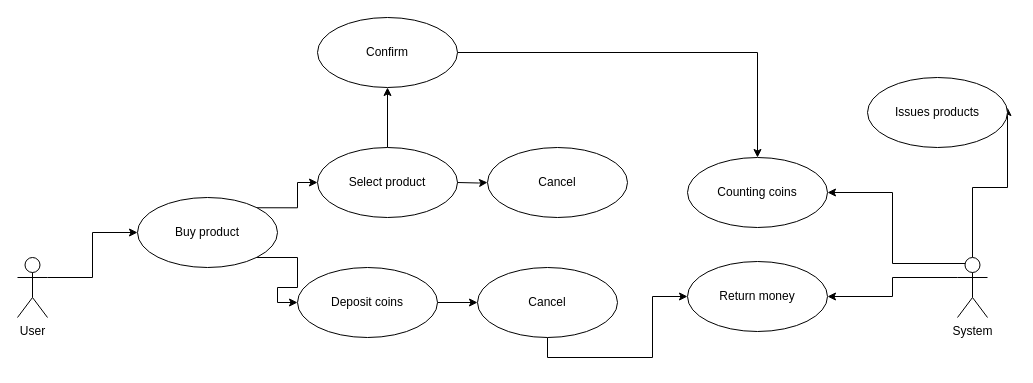
Earlier version of the draw.io diagram PracticeUseCase.drawio (StpnPntr/UchebnayaPractice). Source tidied: cells renumbered, new cells numbered last; positions are measured from the earlier drawing's top-left corner, leaving out a move shared by most shapes. Both pictures are drawn from the tidied source at 100%, with x=0, y=0 at pixel (17, 17).
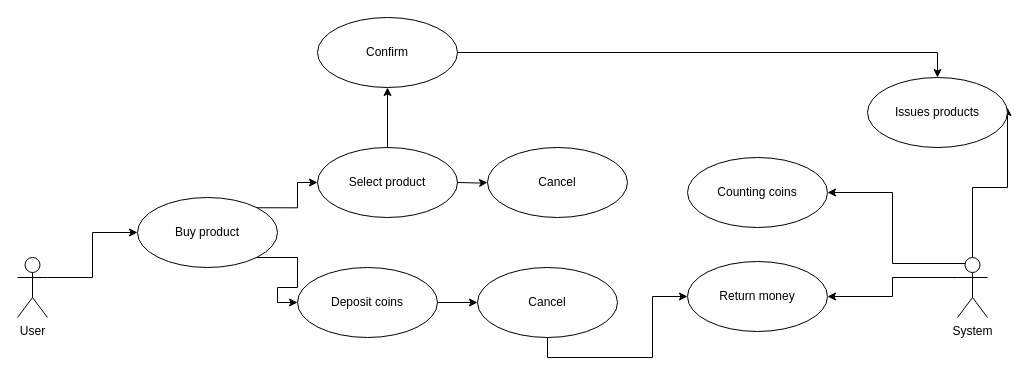
Above is the later version.

The change refers to these unchanged cells:
```xml
<mxCell id="21" value="Confirm" style="ellipse;whiteSpace=wrap;html=1;" parent="1" vertex="1">
  <mxGeometry x="300" width="140" height="70" as="geometry" />
</mxCell>
<mxCell id="22" value="Counting coins" style="ellipse;whiteSpace=wrap;html=1;" parent="1" vertex="1">
  <mxGeometry x="670" y="140" width="140" height="70" as="geometry" />
</mxCell>
<mxCell id="23" value="Issues products" style="ellipse;whiteSpace=wrap;html=1;" parent="1" vertex="1">
  <mxGeometry x="850" y="60" width="140" height="70" as="geometry" />
</mxCell>
```

The edit, as a diff of the source:
```diff
@@
-    <mxCell id="20" style="edgeStyle=orthogonalEdgeStyle;rounded=0;jettySize=auto;html=1;" parent="1" edge="1" source="21" target="22">
+    <mxCell id="20" style="edgeStyle=orthogonalEdgeStyle;rounded=0;jettySize=auto;html=1;entryX=0.5;entryY=0;entryDx=0;entryDy=0;" parent="1" edge="1" source="21" target="23">
       <mxGeometry relative="1" as="geometry" />
     </mxCell>
```
